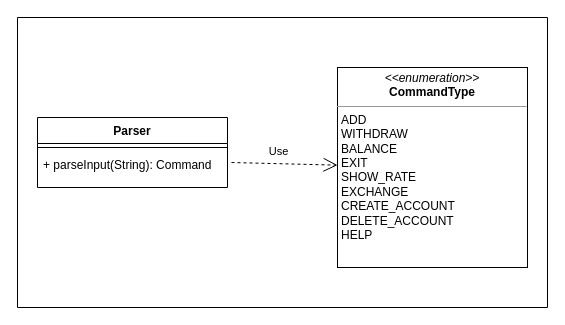
Before: docs/diagrams/ParserClassDiagram.drawio in woowenjun99/tp, a draw.io diagram. Source tidied: cells renumbered, new cells numbered last; positions are measured from the earlier drawing's top-left corner, leaving out a move shared by most shapes. Both pictures are drawn from the tidied source at 100%, with x=0, y=0 at pixel (17, 17).
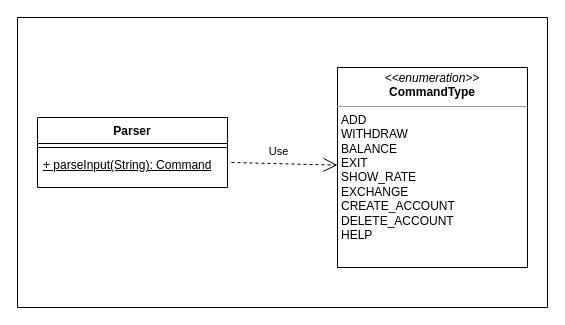
The same page after the edit.

Commit message (it also covers changes not shown here):
Fix issues with BasicSequence and ParserClassDiagram

What changed in the source:
```diff
@@
 <mxGraphModel>
   <root>
     <mxCell id="0" />
     <mxCell id="1" parent="0" />
     <mxCell id="2" value="Parser" style="swimlane;fontStyle=1;align=center;verticalAlign=top;horizontal=1;startSize=26;whiteSpace=wrap;html=1;" parent="1" vertex="1">
       <mxGeometry x="20" y="100" width="190" height="70" as="geometry" />
     </mxCell>
     <mxCell id="3" style="line;strokeWidth=1;fillColor=none;align=left;verticalAlign=middle;spacingTop=-1;spacingLeft=3;spacingRight=3;labelPosition=right;strokeColor=inherit;" parent="2" vertex="1">
       <mxGeometry y="26" width="190" height="8" as="geometry" />
     </mxCell>
-    <mxCell id="4" value="+ parseInput(String): Command" style="text;strokeColor=none;fillColor=none;align=left;verticalAlign=top;spacingLeft=4;spacingRight=4;overflow=hidden;points=[[0,0.5],[1,0.5]];portConstraint=eastwest;whiteSpace=wrap;html=1;" parent="2" vertex="1">
+    <mxCell id="4" value="&lt;u&gt;+ parseInput(String): Command&lt;/u&gt;" style="text;strokeColor=none;fillColor=none;align=left;verticalAlign=top;spacingLeft=4;spacingRight=4;overflow=hidden;points=[[0,0.5],[1,0.5]];portConstraint=eastwest;whiteSpace=wrap;html=1;" parent="2" vertex="1">
       <mxGeometry y="34" width="190" height="36" as="geometry" />
     </mxCell>
     <mxCell id="5" value="&lt;p style=&quot;margin:0px;margin-top:4px;text-align:center;&quot;&gt;&lt;i&gt;&amp;lt;&amp;lt;enumeration&amp;gt;&amp;gt;&lt;/i&gt;&lt;br&gt;&lt;b&gt;CommandType&lt;/b&gt;&lt;/p&gt;&lt;hr size=&quot;1&quot;&gt;&lt;p style=&quot;margin:0px;margin-left:4px;&quot;&gt;ADD&lt;/p&gt;&lt;p style=&quot;margin:0px;margin-left:4px;&quot;&gt;WITHDRAW&lt;/p&gt;&lt;p style=&quot;margin:0px;margin-left:4px;&quot;&gt;BALANCE&lt;/p&gt;&lt;p style=&quot;margin:0px;margin-left:4px;&quot;&gt;EXIT&lt;/p&gt;&lt;p style=&quot;margin:0px;margin-left:4px;&quot;&gt;SHOW_RATE&lt;/p&gt;&lt;p style=&quot;margin:0px;margin-left:4px;&quot;&gt;EXCHANGE&lt;/p&gt;&lt;p style=&quot;margin:0px;margin-left:4px;&quot;&gt;CREATE_ACCOUNT&lt;/p&gt;&lt;p style=&quot;margin:0px;margin-left:4px;&quot;&gt;DELETE_ACCOUNT&lt;/p&gt;&lt;p style=&quot;margin:0px;margin-left:4px;&quot;&gt;HELP&lt;/p&gt;" style="verticalAlign=top;align=left;overflow=fill;fontSize=12;fontFamily=Helvetica;html=1;whiteSpace=wrap;" parent="1" vertex="1">
       <mxGeometry x="320" y="50" width="190" height="200" as="geometry" />
     </mxCell>
     <mxCell id="6" value="Use" style="endArrow=open;endSize=12;dashed=1;html=1;rounded=0;exitX=1.021;exitY=0.306;exitDx=0;exitDy=0;exitPerimeter=0;" parent="1" edge="1" source="4" target="5">
       <mxGeometry x="-0.12" y="12" relative="1" as="geometry" />
     </mxCell>
     <mxCell id="7" style="swimlane;startSize=0;" parent="1" vertex="1">
       <mxGeometry width="530" height="290" as="geometry" />
     </mxCell>
   </root>
 </mxGraphModel>
```
